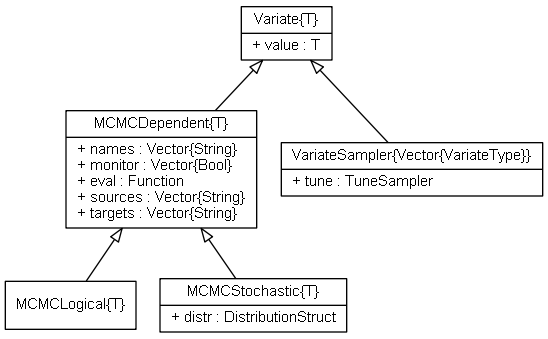
This is doc/images/variateUML.png from brian-j-smith/Mamba.jl, a Graphviz export, as it was before one commit. Its source is kept beside it as doc/images/variateUML.dot.
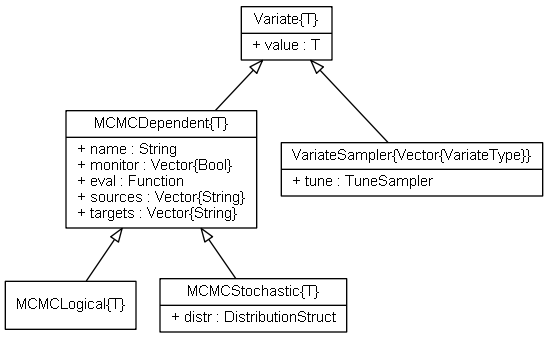
Later version of the same file.

Diff of the diagram source:
```diff
@@ -8,7 +8,7 @@
 
 	Variate [label = "{Variate\{T\}|+ value : T\l}"]
 
-	MCMCDependent [label = "{MCMCDependent\{T\}|+ names : Vector\{String\}\l+ monitor : Vector\{Bool\}\l+ eval : Function\l+ sources : Vector\{String\}\l+ targets : Vector\{String\}\l}"]
+	MCMCDependent [label = "{MCMCDependent\{T\}|+ name : String\l+ monitor : Vector\{Bool\}\l+ eval : Function\l+ sources : Vector\{String\}\l+ targets : Vector\{String\}\l}"]
 
 	MCMCLogical [label = "{MCMCLogical\{T\}}"]
 
```
